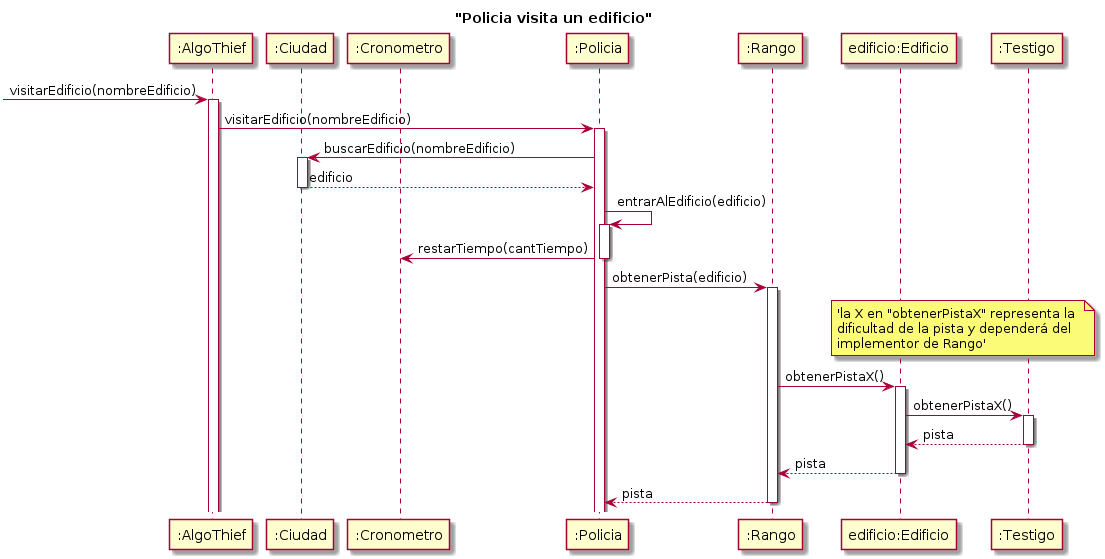
This is diagrams/sequences/secuencia_visitarEdificio.png from MegaRedHand/algo-thief, a PlantUML export, as it was before one commit. Its diagram source:
```plantuml
@startuml


title "Policia visita un edificio"


participant ":AlgoThief" as algo
participant ":Ciudad" as ciudad
participant ":Cronometro" as cron
participant ":Policia" as policia
participant ":Rango" as rango
participant "edificio:Edificio" as edificio
participant ":Testigo" as testigo

 -> algo: visitarEdificio(nombreEdificio)
 activate algo
 algo -> policia: visitarEdificio(nombreEdificio)
    activate policia
    policia -> ciudad: buscarEdificio(nombreEdificio)
        activate ciudad
        return edificio
    policia -> policia: entrarAlEdificio(edificio)
        activate policia
        policia -> cron: restarTiempo(cantTiempo)
        deactivate policia
    policia -> rango: obtenerPista(edificio)
    note over edificio, testigo: 'la X en "obtenerPistaX" representa la \ndificultad de la pista y dependerá del \nimplementor de Rango'
        activate rango
        rango -> edificio: obtenerPistaX()

            activate edificio
            edificio -> testigo: obtenerPistaX()
                activate testigo
                return pista
            return pista
        return pista


@enduml
```
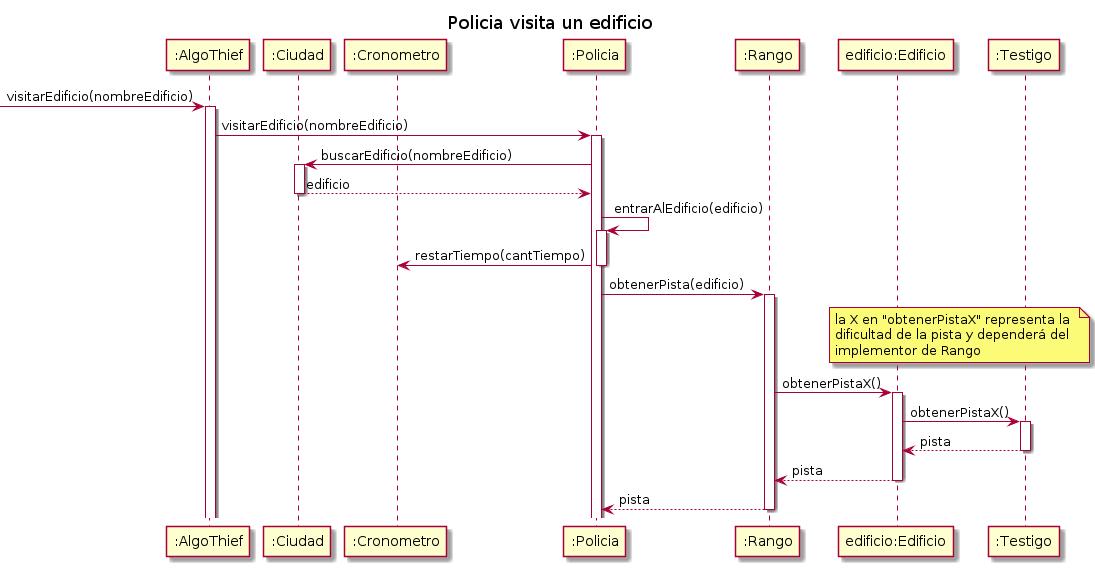
Later version of the same file.

What changed in the source:
```diff
@@ -3,6 +3,8 @@
 
 title "Policia visita un edificio"
 
+
+!$nota_obtener_pista = 'la X en "obtenerPistaX" representa la \ndificultad de la pista y dependerá del \nimplementor de Rango'
 
 participant ":AlgoThief" as algo
 participant ":Ciudad" as ciudad
@@ -24,7 +26,7 @@
         policia -> cron: restarTiempo(cantTiempo)
         deactivate policia
     policia -> rango: obtenerPista(edificio)
-    note over edificio, testigo: 'la X en "obtenerPistaX" representa la \ndificultad de la pista y dependerá del \nimplementor de Rango'
+    note over edificio, testigo: $nota_obtener_pista
         activate rango
         rango -> edificio: obtenerPistaX()
 
```
